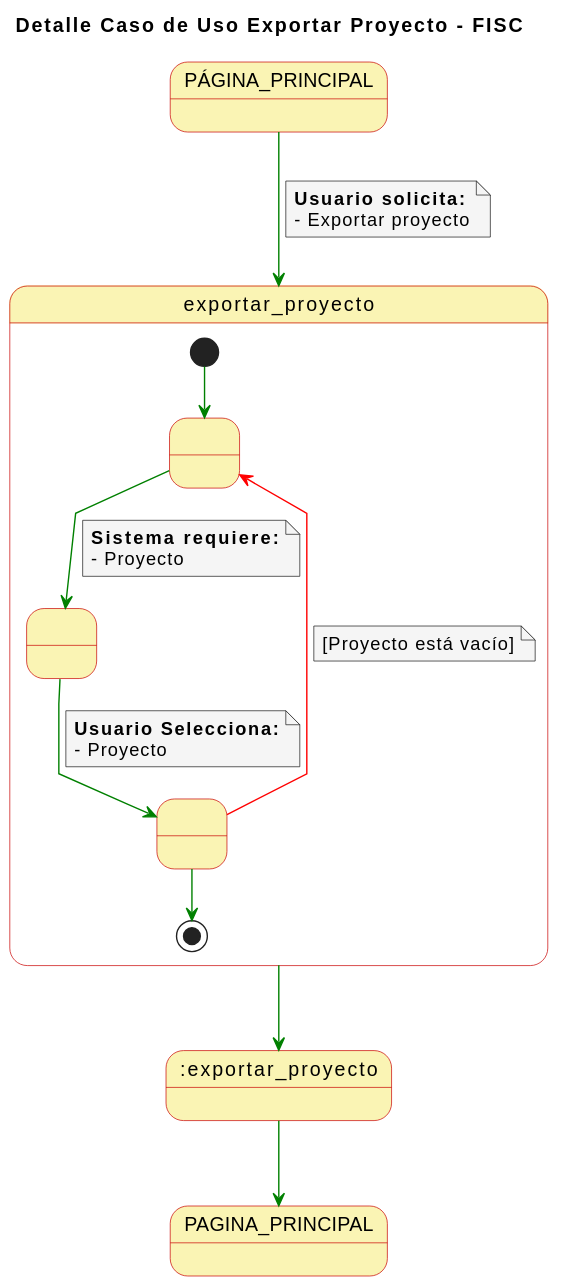
Above: imagenes/casosDeUso/detallesCasosUso/detalleCasoUsoExportarProyecto.svg in mmasias/23-24-IdSw1-SDR (PlantUML), before the change. Its diagram source:
```plantuml
@startuml
skinparam state {
  BackgroundColor #faf4b4
  BorderColor #c90000
}

skinparam note {
  BackgroundColor #f5f5f5
}

skinparam linetype polyline

title Detalle Caso de Uso Exportar Proyecto - FISC


PÁGINA_PRINCIPAL -[#green]-> exportar_proyecto
note on link
  **Usuario solicita:**
  - Exportar proyecto
end note

state exportar_proyecto {
  state 1 as " "
  state 2 as " "
  state 3 as " "

  [*] -[#green]-> 1
  1 -[#green]-> 2
  note on link
      **Sistema requiere:**
      - Proyecto
  end note
  2 -[#green]-> 3
  note on link
    **Usuario Selecciona:**
    - Proyecto
  end note
  3 -[#red]-> 1
  note on link
    [Proyecto está vacío]
  end note
  3 -[#green]-> [*]
}

exportar_proyecto -[#green]-> :exportar_proyecto

:exportar_proyecto -[#green]-> PAGINA_PRINCIPAL
@enduml
```
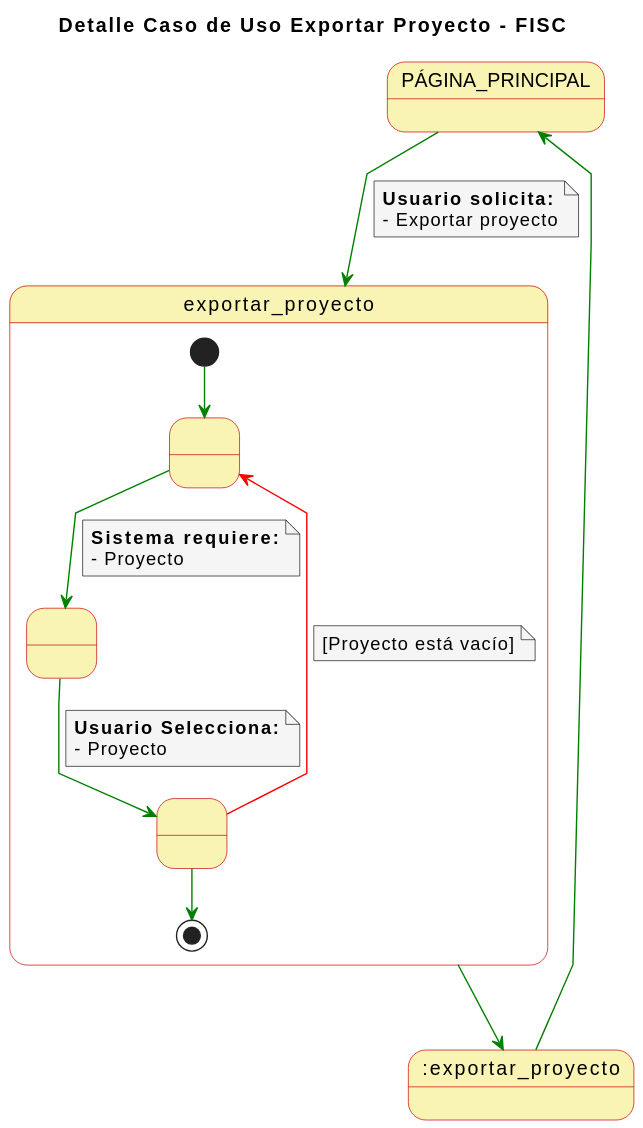
The same file after the commit.

Commit message:
Detalle Exportar Sim. y Correcciones

Change to the diagram source:
```diff
@@ -44,5 +44,5 @@
 
 exportar_proyecto -[#green]-> :exportar_proyecto
 
-:exportar_proyecto -[#green]-> PAGINA_PRINCIPAL
+:exportar_proyecto -[#green]-> PÁGINA_PRINCIPAL
 @enduml
```
